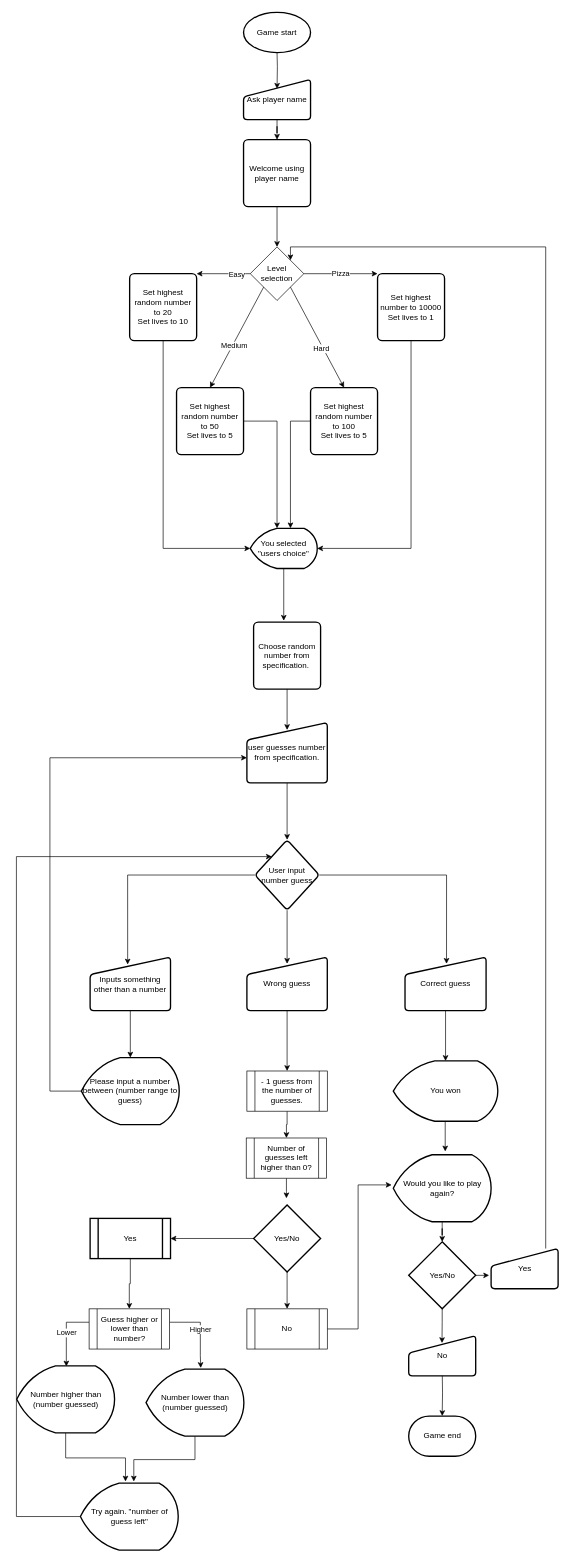
The draw.io diagram Final Project/Diagrams/Planning Flow Chart.drawio in Copperock/Digitech23, before the edit. Source tidied: cells renumbered, new cells numbered last; positions are measured from the earlier drawing's top-left corner, leaving out a move shared by most shapes. Both pictures are drawn from the tidied source at 67%, with x=0, y=0 at pixel (16, 12).
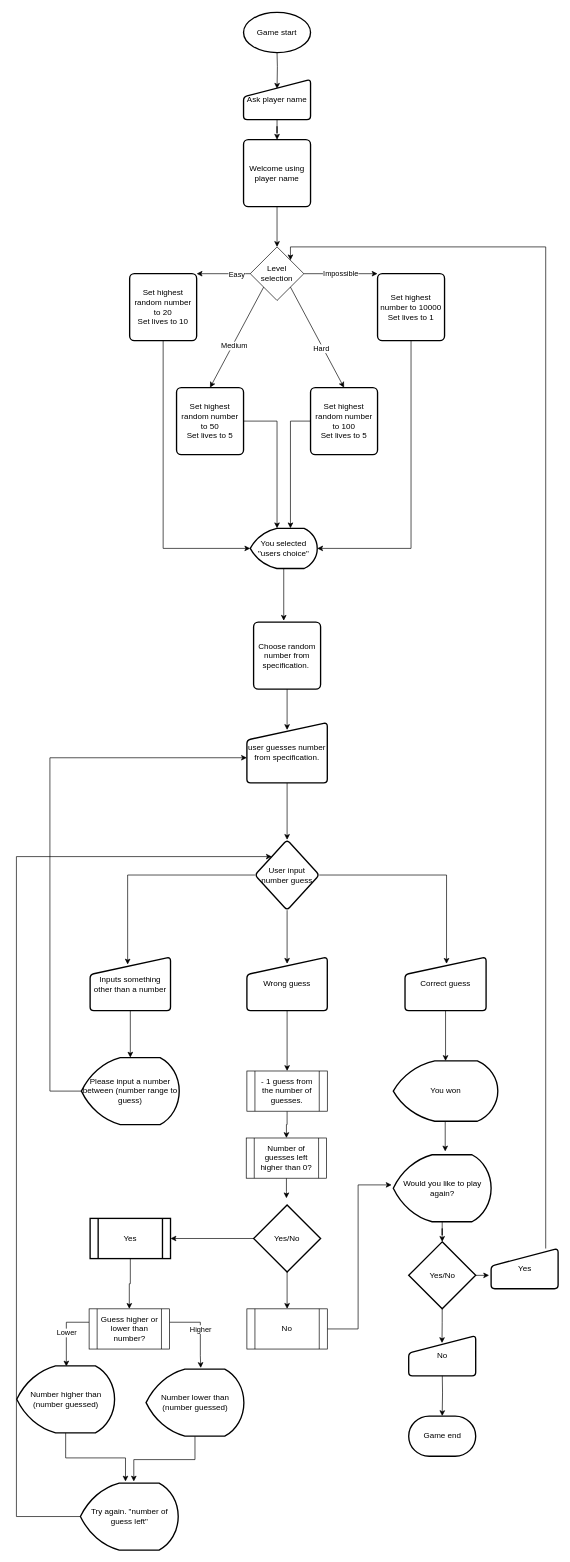
After the change.

The change refers to these unchanged cells:
```xml
<mxCell id="2" value="Level selection" style="rhombus;whiteSpace=wrap;html=1;" parent="1" vertex="1">
  <mxGeometry x="349" y="350" width="80" height="80" as="geometry" />
</mxCell>
<mxCell id="22" value="Set highest number to 10000&lt;br style=&quot;border-color: var(--border-color);&quot;&gt;Set lives to 1" style="rounded=1;whiteSpace=wrap;html=1;absoluteArcSize=1;arcSize=14;strokeWidth=2;" parent="1" vertex="1">
  <mxGeometry x="539" y="390" width="100" height="100" as="geometry" />
</mxCell>
```

What changed in the source:
```diff
@@
-    <mxCell id="5" value="Pizza" style="endArrow=classic;html=1;rounded=0;exitX=1;exitY=0.5;exitDx=0;exitDy=0;entryX=0;entryY=0;entryDx=0;entryDy=0;" parent="1" edge="1" source="2" target="22">
+    <mxCell id="5" value="Impossible" style="endArrow=classic;html=1;rounded=0;exitX=1;exitY=0.5;exitDx=0;exitDy=0;entryX=0;entryY=0;entryDx=0;entryDy=0;" parent="1" edge="1" source="2" target="22">
       <mxGeometry relative="1" as="geometry" />
     </mxCell>
```
